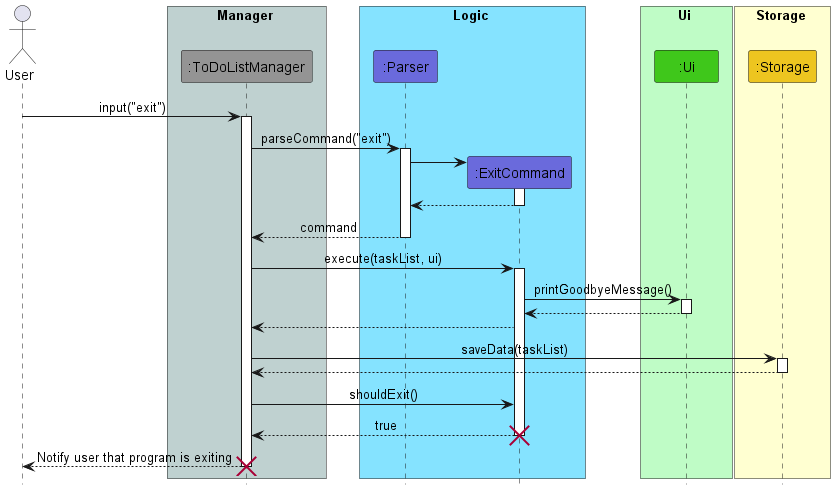
Before: docs/images/ExitProgramStorageSequence.png, a diagram exported from PlantUML (nus-cs2113-AY2223S2/tp).
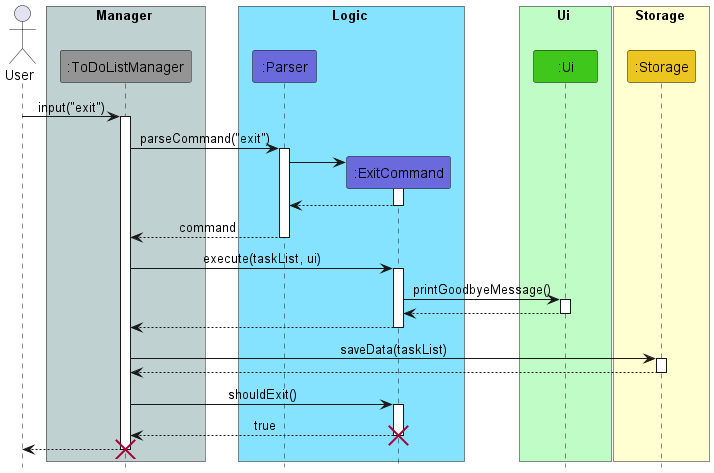
The same file after the commit.

What changed in the source:
```diff
@@ -40,15 +40,17 @@
 Ui --> ExitCommand
 deactivate Ui
 ExitCommand --> ToDoListManager
+deactivate ExitCommand
 ToDoListManager -> Storage: saveData(taskList)
 activate Storage
 Storage --> ToDoListManager
 deactivate Storage
 ToDoListManager -> ExitCommand: shouldExit()
+activate ExitCommand
 ExitCommand --> ToDoListManager: true
 deactivate ExitCommand
 destroy ExitCommand
-ToDoListManager --> User : Notify user that program is exiting
+ToDoListManager --> User
 deactivate ToDoListManager
 destroy ToDoListManager
 @enduml
```
